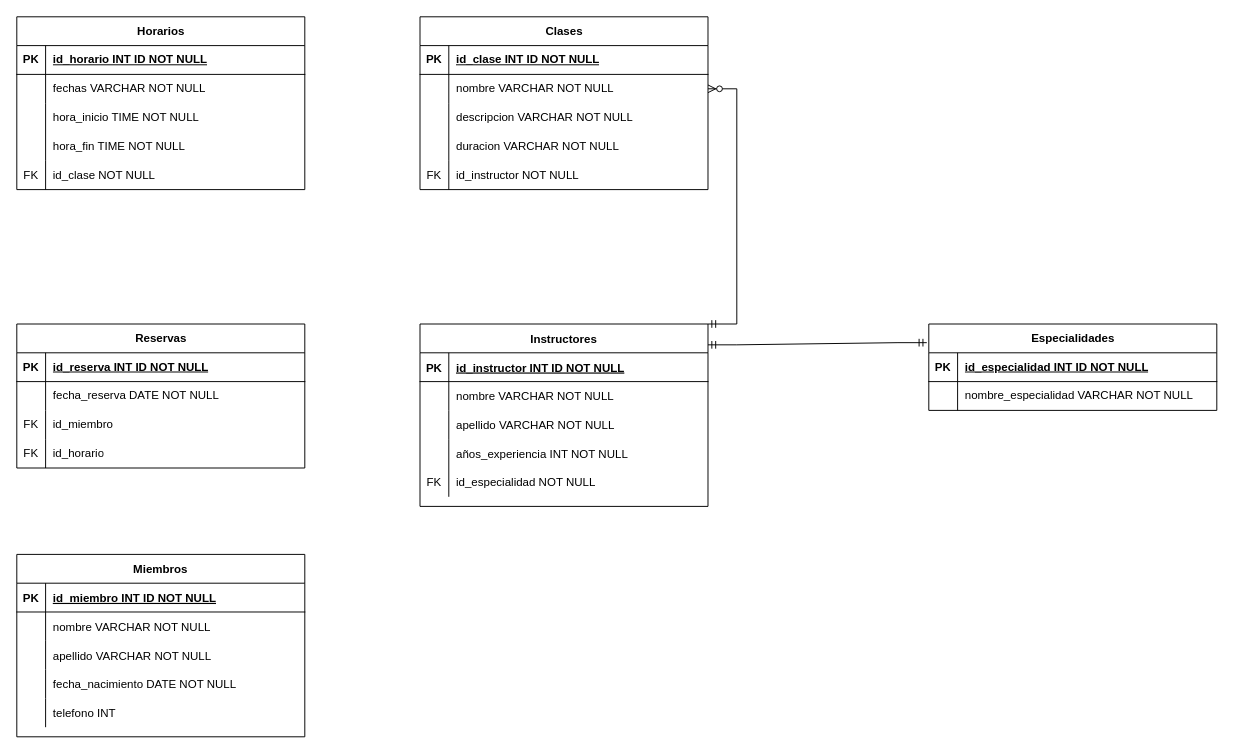
This is FitLife.drawio from Francisco-Galea/Diagramas-y-Otros, a draw.io file, before an edit. Source tidied: cells renumbered, new cells numbered last; positions are measured from the earlier drawing's top-left corner, leaving out a move shared by most shapes. Both pictures are drawn from the tidied source at 96%, with x=0, y=0 at pixel (16, 16).
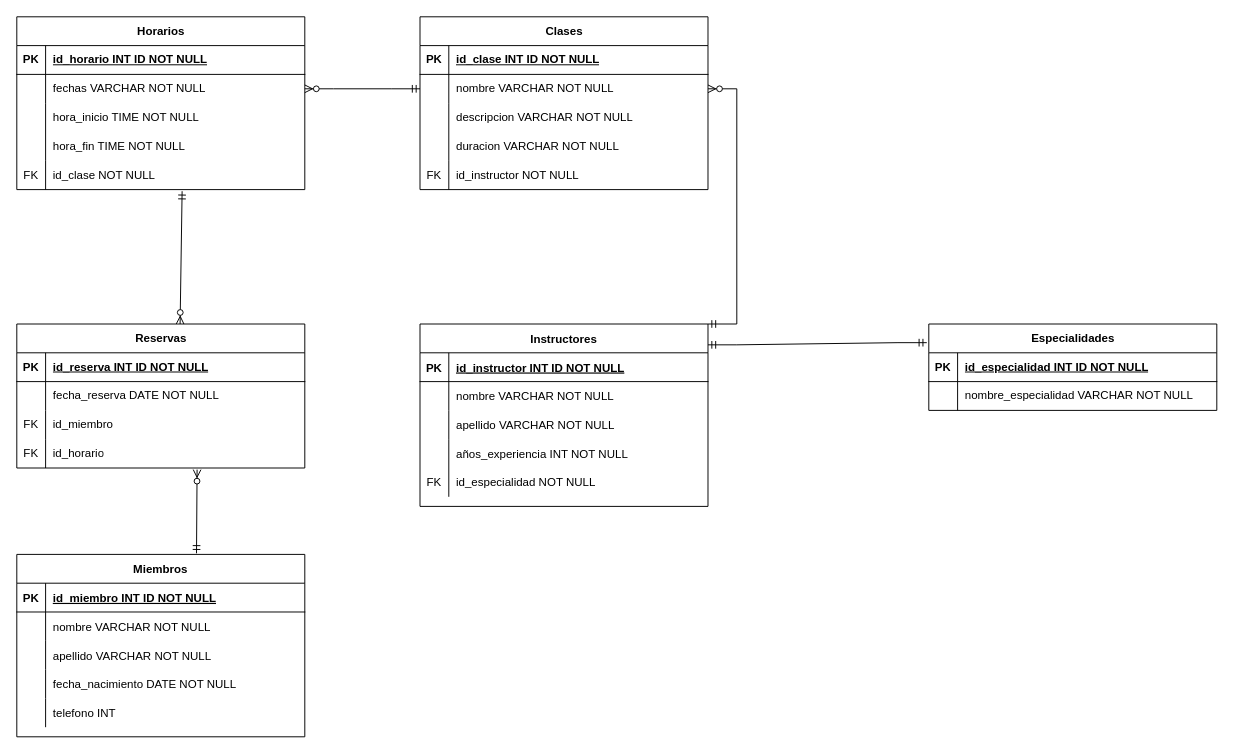
Above is the later version.

Unchanged cells that the change refers to:
```xml
<mxCell id="18" value="Miembros" style="shape=table;startSize=30;childLayout=tableLayout;rowLines=0;fontStyle=1;align=center;" parent="1" vertex="1">
  <mxGeometry y="560" width="300" height="190" as="geometry" />
</mxCell>
<mxCell id="45" style="shape=tableRow;horizontal=0;startSize=0;swimlaneHead=0;swimlaneBody=0;fillColor=none;points=[[0,0.5],[1,0.5]];portConstraint=eastwest;top=0;left=0;right=0;bottom=0;" parent="41" vertex="1">
  <mxGeometry y="60" width="300" height="30" as="geometry" />
</mxCell>
<mxCell id="61" style="shape=tableRow;horizontal=0;startSize=0;swimlaneHead=0;swimlaneBody=0;fillColor=none;points=[[0,0.5],[1,0.5]];portConstraint=eastwest;top=0;left=0;right=0;bottom=0;" parent="57" vertex="1">
  <mxGeometry y="60" width="300" height="30" as="geometry" />
</mxCell>
<mxCell id="70" style="shape=tableRow;horizontal=0;startSize=0;swimlaneHead=0;swimlaneBody=0;fillColor=none;points=[[0,0.5],[1,0.5]];portConstraint=eastwest;top=0;left=0;right=0;bottom=0;" parent="57" vertex="1">
  <mxGeometry y="150" width="300" height="30" as="geometry" />
</mxCell>
<mxCell id="73" value="Reservas" style="shape=table;startSize=30;childLayout=tableLayout;rowLines=0;fontStyle=1;align=center;html=1;" parent="1" vertex="1">
  <mxGeometry y="320" width="300" height="150" as="geometry" />
</mxCell>
<mxCell id="83" style="shape=tableRow;horizontal=0;startSize=0;swimlaneHead=0;swimlaneBody=0;fillColor=none;points=[[0,0.5],[1,0.5]];portConstraint=eastwest;top=0;left=0;right=0;bottom=0;" parent="73" vertex="1">
  <mxGeometry y="120" width="300" height="30" as="geometry" />
</mxCell>
```

Change to the diagram source:
```diff
@@
+    <mxCell id="88" style="edgeStyle=entityRelationEdgeStyle;fontSize=12;html=1;endArrow=ERzeroToMany;startArrow=ERmandOne;rounded=0;entryX=1;entryY=0.5;entryDx=0;entryDy=0;exitX=0;exitY=0.5;exitDx=0;exitDy=0;" parent="1" edge="1" source="45" target="61">
+      <mxGeometry relative="1" as="geometry" />
+    </mxCell>
+    <mxCell id="89" style="fontSize=12;html=1;endArrow=ERzeroToMany;startArrow=ERmandOne;rounded=0;exitX=0.574;exitY=1.056;exitDx=0;exitDy=0;exitPerimeter=0;entryX=0.567;entryY=0;entryDx=0;entryDy=0;entryPerimeter=0;" parent="1" edge="1" source="70" target="73">
+      <mxGeometry relative="1" as="geometry" />
+    </mxCell>
+    <mxCell id="90" style="fontSize=12;html=1;endArrow=ERzeroToMany;startArrow=ERmandOne;rounded=0;entryX=0.626;entryY=1.056;entryDx=0;entryDy=0;exitX=0.624;exitY=-0.006;exitDx=0;exitDy=0;entryPerimeter=0;exitPerimeter=0;" parent="1" edge="1" source="18" target="83">
+      <mxGeometry relative="1" as="geometry" />
+    </mxCell>
```
